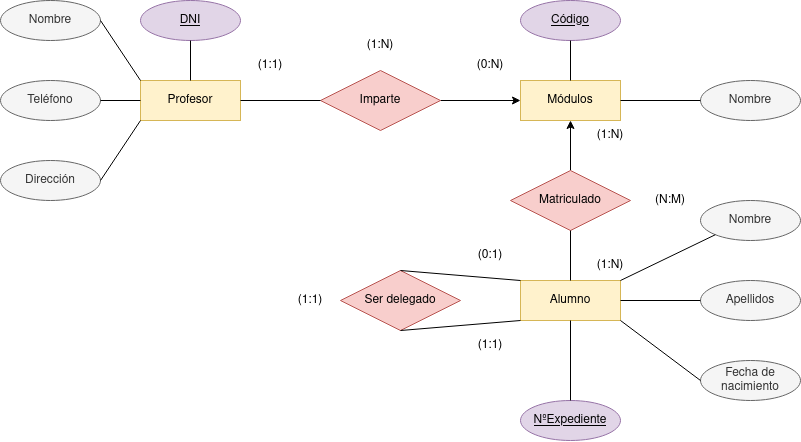
Earlier version of the draw.io export TAREAS/Tareas clase/ER/ER.nº5 Profesorado.drawio.png (samugd17/base-datos-bae-). Source tidied: cells renumbered, new cells last; positions are measured from the earlier drawing's top-left corner, leaving out a move shared by most shapes.
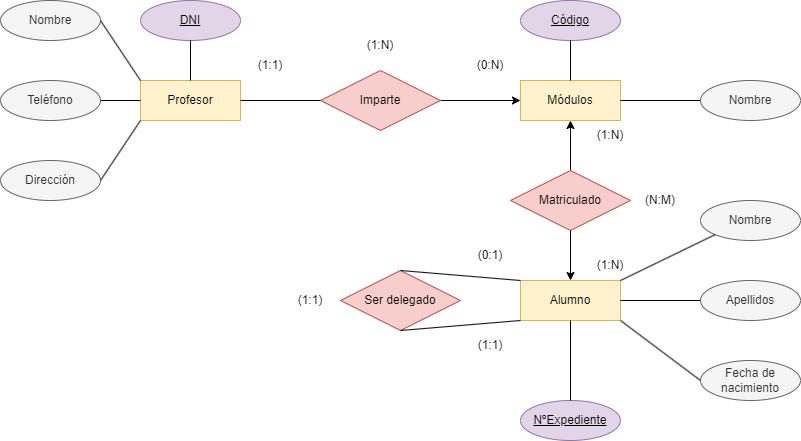
After the commit.

What changed in the source:
```diff
@@ -71,7 +71,7 @@
     <mxCell id="24" style="endArrow=none;html=1;rounded=0;exitX=0.5;exitY=0;exitDx=0;exitDy=0;entryX=0;entryY=0;entryDx=0;entryDy=0;" parent="1" edge="1" source="18" target="3">
       <mxGeometry relative="1" as="geometry" />
     </mxCell>
-    <mxCell id="25" style="endArrow=none;html=1;rounded=0;exitX=0.5;exitY=0;exitDx=0;exitDy=0;entryX=0.5;entryY=1;entryDx=0;entryDy=0;" parent="1" edge="1" source="3" target="8">
+    <mxCell id="25" style="endArrow=none;html=1;rounded=0;exitX=0.5;exitY=0;exitDx=0;exitDy=0;entryX=0.5;entryY=1;entryDx=0;entryDy=0;endFill=0;startArrow=classic;startFill=1;" parent="1" edge="1" source="3" target="8">
       <mxGeometry relative="1" as="geometry" />
     </mxCell>
     <mxCell id="26" value="(1:N)" style="text;html=1;strokeColor=none;fillColor=none;align=center;verticalAlign=middle;whiteSpace=wrap;rounded=0;" parent="1" vertex="1">
@@ -81,7 +81,7 @@
       <mxGeometry x="580" y="120" width="60" height="30" as="geometry" />
     </mxCell>
     <mxCell id="28" value="(N:M)" style="text;html=1;strokeColor=none;fillColor=none;align=center;verticalAlign=middle;whiteSpace=wrap;rounded=0;" parent="1" vertex="1">
-      <mxGeometry x="640" y="185" width="60" height="30" as="geometry" />
+      <mxGeometry x="630" y="185" width="60" height="30" as="geometry" />
     </mxCell>
     <mxCell id="29" style="endArrow=none;html=1;rounded=0;entryX=0.5;entryY=1;entryDx=0;entryDy=0;exitX=0.5;exitY=0;exitDx=0;exitDy=0;" parent="1" edge="1" source="23" target="3">
       <mxGeometry relative="1" as="geometry" />
```
